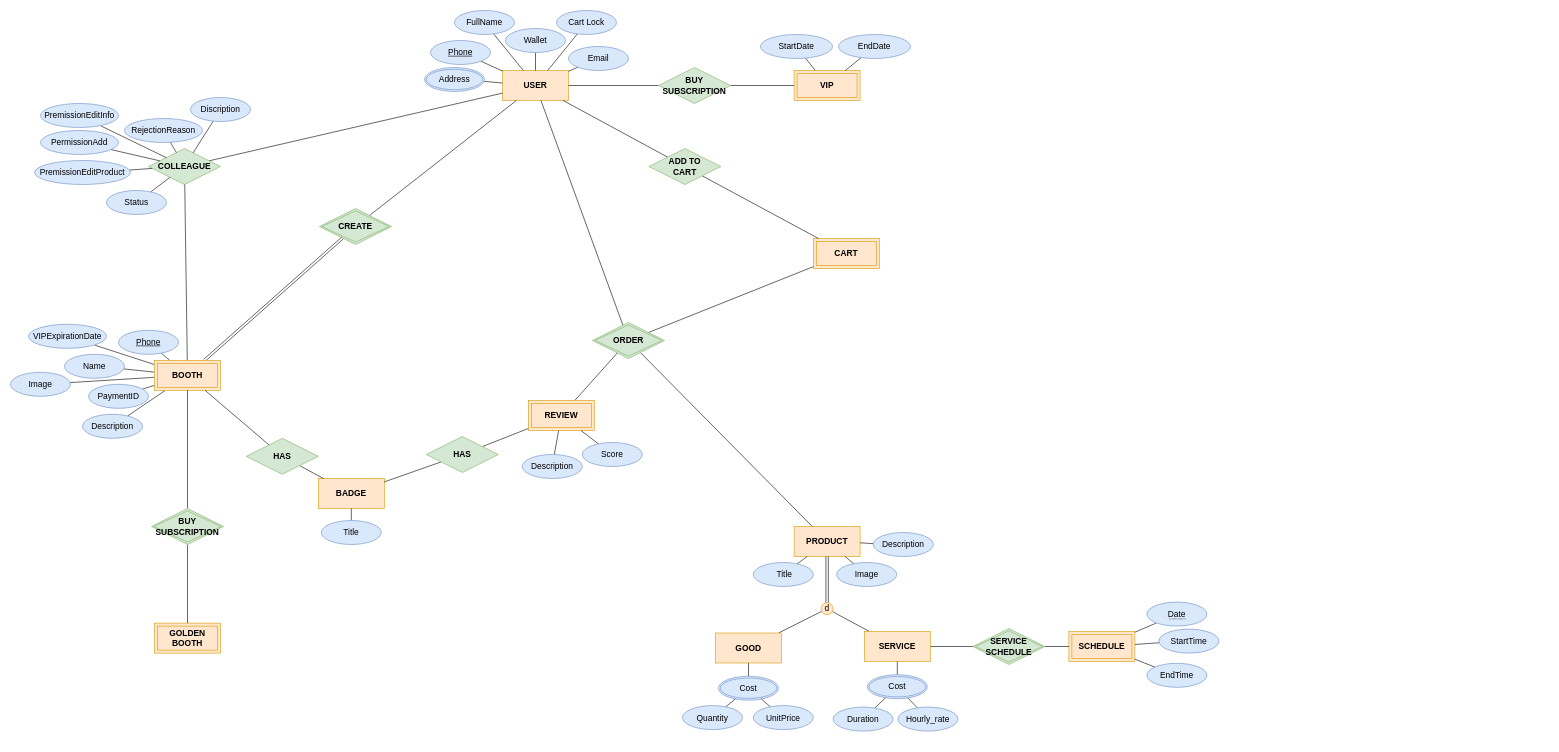
ReyhunSKhosravi/DivarBasu keeps this draw.io diagram as DivarBasuEER.drawio. Above is the earlier version. Source tidied: cells renumbered, new cells numbered last; positions are measured from the earlier drawing's top-left corner, leaving out a move shared by most shapes. Both pictures are drawn from the tidied source at 60%, with x=0, y=0 at pixel (10, 10).
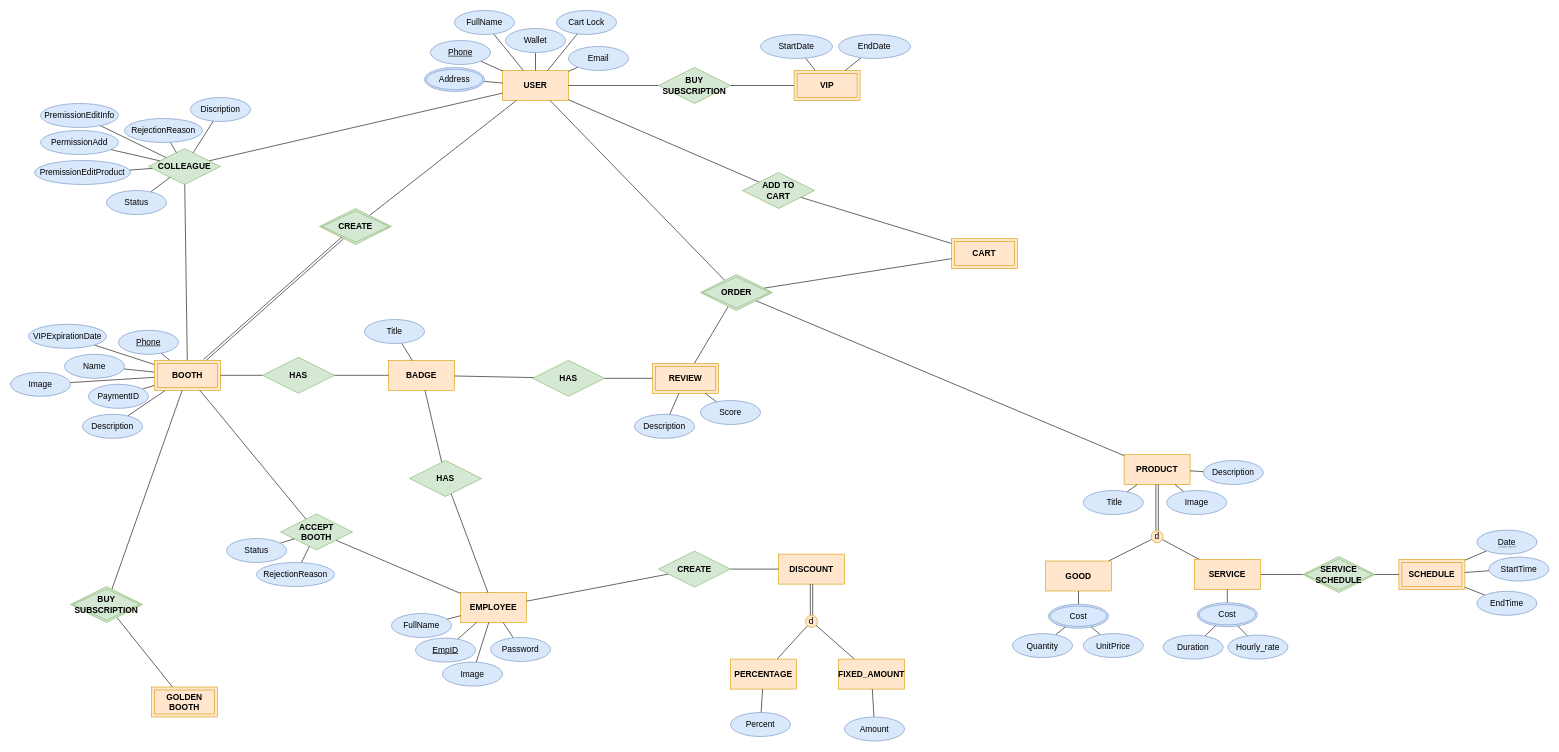
The same page after the edit.

Commit message:
add DISCOUNT and EMPLOYEE entity

The change refers to these unchanged cells:
```xml
<mxCell id="90" value="&lt;font style=&quot;font-size: 14px;&quot;&gt;&lt;b&gt;BOOTH&lt;/b&gt;&lt;/font&gt;" style="shape=ext;margin=3;double=1;whiteSpace=wrap;html=1;align=center;fillColor=#ffe6cc;strokeColor=#d79b00;" parent="1" vertex="1">
  <mxGeometry x="240" y="583" width="110" height="50" as="geometry" />
</mxCell>
```

What changed in the source:
```diff
@@
     <mxCell id="3" value="&lt;font style=&quot;font-size: 14px;&quot;&gt;&lt;b&gt;REVIEW&lt;/b&gt;&lt;/font&gt;" style="shape=ext;margin=3;double=1;whiteSpace=wrap;html=1;align=center;fillColor=#ffe6cc;strokeColor=#d79b00;" parent="1" vertex="1">
-      <mxGeometry x="863" y="650" width="110" height="50" as="geometry" />
+      <mxGeometry x="1070" y="588" width="110" height="50" as="geometry" />
     </mxCell>
     <mxCell id="4" value="PRODUCT" style="whiteSpace=wrap;html=1;align=center;strokeColor=#d79b00;verticalAlign=middle;fontFamily=Helvetica;fontSize=14;fontColor=default;fillColor=#ffe6cc;fontStyle=1;" parent="1" vertex="1">
-      <mxGeometry x="1306" y="860" width="110" height="50" as="geometry" />
+      <mxGeometry x="1856" y="740" width="110" height="50" as="geometry" />
     </mxCell>
@@
     <mxCell id="8" value="&lt;span style=&quot;font-size: 14px;&quot;&gt;d&lt;/span&gt;" style="ellipse;whiteSpace=wrap;html=1;fillColor=#ffe6cc;strokeColor=#d79b00;" parent="1" vertex="1">
-      <mxGeometry x="1351" y="987" width="20" height="20" as="geometry" />
+      <mxGeometry x="1901" y="867" width="20" height="20" as="geometry" />
     </mxCell>
@@
     <mxCell id="10" value="SERVICE" style="whiteSpace=wrap;html=1;align=center;strokeColor=#d79b00;verticalAlign=middle;fontFamily=Helvetica;fontSize=14;fontColor=default;fillColor=#ffe6cc;fontStyle=1;" parent="1" vertex="1">
-      <mxGeometry x="1423" y="1035" width="110" height="50" as="geometry" />
+      <mxGeometry x="1973" y="915" width="110" height="50" as="geometry" />
     </mxCell>
     <mxCell id="11" value="GOOD" style="whiteSpace=wrap;html=1;align=center;strokeColor=#d79b00;verticalAlign=middle;fontFamily=Helvetica;fontSize=14;fontColor=default;fillColor=#ffe6cc;fontStyle=1;" parent="1" vertex="1">
-      <mxGeometry x="1175" y="1037.5" width="110" height="50" as="geometry" />
+      <mxGeometry x="1725" y="917.5" width="110" height="50" as="geometry" />
     </mxCell>
@@
     <mxCell id="13" value="&lt;font style=&quot;font-size: 14px;&quot;&gt;&lt;b&gt;CART&lt;/b&gt;&lt;/font&gt;" style="shape=ext;margin=3;double=1;whiteSpace=wrap;html=1;align=center;fillColor=#ffe6cc;strokeColor=#d79b00;" parent="1" vertex="1">
-      <mxGeometry x="1338" y="380" width="110" height="50" as="geometry" />
+      <mxGeometry x="1568" y="380" width="110" height="50" as="geometry" />
     </mxCell>
@@
     <mxCell id="27" value="Score" style="ellipse;whiteSpace=wrap;html=1;align=center;fillColor=#dae8fc;strokeColor=#6c8ebf;fontSize=14;" parent="1" vertex="1">
-      <mxGeometry x="953" y="720" width="100" height="40" as="geometry" />
+      <mxGeometry x="1150" y="650" width="100" height="40" as="geometry" />
     </mxCell>
@@
     <mxCell id="29" value="Description" style="ellipse;whiteSpace=wrap;html=1;align=center;fillColor=#dae8fc;strokeColor=#6c8ebf;fontSize=14;" parent="1" vertex="1">
-      <mxGeometry x="853" y="740" width="100" height="40" as="geometry" />
+      <mxGeometry x="1040" y="673" width="100" height="40" as="geometry" />
     </mxCell>
@@
     <mxCell id="31" value="&amp;nbsp;Title" style="ellipse;whiteSpace=wrap;html=1;align=center;fillColor=#dae8fc;strokeColor=#6c8ebf;fontSize=14;" parent="1" vertex="1">
-      <mxGeometry x="1238" y="920" width="100" height="40" as="geometry" />
+      <mxGeometry x="1788" y="800" width="100" height="40" as="geometry" />
     </mxCell>
@@
     <mxCell id="33" value="Description" style="ellipse;whiteSpace=wrap;html=1;align=center;fillColor=#dae8fc;strokeColor=#6c8ebf;fontSize=14;" parent="1" vertex="1">
-      <mxGeometry x="1438" y="870" width="100" height="40" as="geometry" />
+      <mxGeometry x="1988" y="750" width="100" height="40" as="geometry" />
     </mxCell>
@@
     <mxCell id="35" value="Image" style="ellipse;whiteSpace=wrap;html=1;align=center;fillColor=#dae8fc;strokeColor=#6c8ebf;fontSize=14;" parent="1" vertex="1">
-      <mxGeometry x="1377" y="920" width="100" height="40" as="geometry" />
+      <mxGeometry x="1927" y="800" width="100" height="40" as="geometry" />
     </mxCell>
@@
     <mxCell id="37" value="&lt;div style=&quot;font-size: 14px; font-weight: 700;&quot;&gt;SCHEDULE&lt;/div&gt;" style="shape=ext;margin=3;double=1;whiteSpace=wrap;html=1;align=center;fillColor=#ffe6cc;strokeColor=#d79b00;" parent="1" vertex="1">
-      <mxGeometry x="1764" y="1035" width="110" height="50" as="geometry" />
+      <mxGeometry x="2314" y="915" width="110" height="50" as="geometry" />
     </mxCell>
@@
     <mxCell id="39" value="Cost" style="ellipse;shape=doubleEllipse;margin=3;whiteSpace=wrap;html=1;align=center;fillColor=#dae8fc;strokeColor=#6c8ebf;fontSize=14;" parent="1" vertex="1">
-      <mxGeometry x="1180" y="1109.5" width="100" height="40" as="geometry" />
+      <mxGeometry x="1730" y="989.5" width="100" height="40" as="geometry" />
     </mxCell>
@@
     <mxCell id="47" value="Quantity" style="ellipse;whiteSpace=wrap;html=1;align=center;fillColor=#dae8fc;strokeColor=#6c8ebf;fontSize=14;" parent="1" vertex="1">
-      <mxGeometry x="1120" y="1158.5" width="100" height="40" as="geometry" />
+      <mxGeometry x="1670" y="1038.5" width="100" height="40" as="geometry" />
     </mxCell>
@@
     <mxCell id="49" value="UnitPrice" style="ellipse;whiteSpace=wrap;html=1;align=center;fillColor=#dae8fc;strokeColor=#6c8ebf;fontSize=14;" parent="1" vertex="1">
-      <mxGeometry x="1238" y="1158.5" width="100" height="40" as="geometry" />
+      <mxGeometry x="1788" y="1038.5" width="100" height="40" as="geometry" />
     </mxCell>
@@
     <mxCell id="51" value="Cost" style="ellipse;shape=doubleEllipse;margin=3;whiteSpace=wrap;html=1;align=center;fillColor=#dae8fc;strokeColor=#6c8ebf;fontSize=14;" parent="1" vertex="1">
-      <mxGeometry x="1428" y="1107" width="100" height="40" as="geometry" />
+      <mxGeometry x="1978" y="987" width="100" height="40" as="geometry" />
     </mxCell>
@@
     <mxCell id="53" value="Duration" style="ellipse;whiteSpace=wrap;html=1;align=center;fillColor=#dae8fc;strokeColor=#6c8ebf;fontSize=14;" parent="1" vertex="1">
-      <mxGeometry x="1371" y="1161" width="100" height="40" as="geometry" />
+      <mxGeometry x="1921" y="1041" width="100" height="40" as="geometry" />
     </mxCell>
@@
     <mxCell id="55" value="Hourly_rate" style="ellipse;whiteSpace=wrap;html=1;align=center;fillColor=#dae8fc;strokeColor=#6c8ebf;fontSize=14;" parent="1" vertex="1">
-      <mxGeometry x="1479" y="1161" width="100" height="40" as="geometry" />
+      <mxGeometry x="2029" y="1041" width="100" height="40" as="geometry" />
     </mxCell>
@@
     <mxCell id="57" value="&lt;font style=&quot;font-size: 14px;&quot;&gt;&lt;b&gt;SERVICE&lt;br&gt;SCHEDULE&lt;/b&gt;&lt;/font&gt;" style="shape=rhombus;double=1;perimeter=rhombusPerimeter;whiteSpace=wrap;html=1;align=center;fillColor=#d5e8d4;strokeColor=#82b366;" parent="1" vertex="1">
-      <mxGeometry x="1604" y="1030" width="120" height="60" as="geometry" />
+      <mxGeometry x="2154" y="910" width="120" height="60" as="geometry" />
     </mxCell>
@@
     <mxCell id="59" value="StartTime" style="ellipse;whiteSpace=wrap;html=1;align=center;fillColor=#dae8fc;strokeColor=#6c8ebf;fontSize=14;" parent="1" vertex="1">
-      <mxGeometry x="1914" y="1031" width="100" height="40" as="geometry" />
+      <mxGeometry x="2464" y="911" width="100" height="40" as="geometry" />
     </mxCell>
@@
     <mxCell id="61" value="EndTime" style="ellipse;whiteSpace=wrap;html=1;align=center;fillColor=#dae8fc;strokeColor=#6c8ebf;fontSize=14;" parent="1" vertex="1">
-      <mxGeometry x="1894" y="1088" width="100" height="40" as="geometry" />
+      <mxGeometry x="2444" y="968" width="100" height="40" as="geometry" />
     </mxCell>
     <mxCell id="62" value="&lt;span style=&quot;border-bottom: 1px dotted&quot;&gt;&lt;font style=&quot;font-size: 14px;&quot;&gt;Date&lt;/font&gt;&lt;/span&gt;" style="ellipse;whiteSpace=wrap;html=1;align=center;fillColor=#dae8fc;strokeColor=#6c8ebf;" parent="1" vertex="1">
-      <mxGeometry x="1894" y="986" width="100" height="40" as="geometry" />
+      <mxGeometry x="2444" y="866" width="100" height="40" as="geometry" />
     </mxCell>
@@
     <mxCell id="67" value="&lt;span style=&quot;font-size: 14px;&quot;&gt;&lt;b&gt;ADD TO&lt;br&gt;CART&lt;/b&gt;&lt;/span&gt;" style="shape=rhombus;perimeter=rhombusPerimeter;whiteSpace=wrap;html=1;align=center;fillColor=#d5e8d4;strokeColor=#82b366;" parent="1" vertex="1">
-      <mxGeometry x="1064" y="230" width="120" height="60" as="geometry" />
+      <mxGeometry x="1220" y="270" width="120" height="60" as="geometry" />
     </mxCell>
@@
     <mxCell id="71" value="&lt;span style=&quot;font-size: 14px;&quot;&gt;&lt;b&gt;ORDER&lt;/b&gt;&lt;/span&gt;" style="shape=rhombus;double=1;perimeter=rhombusPerimeter;whiteSpace=wrap;html=1;align=center;fillColor=#d5e8d4;strokeColor=#82b366;" parent="1" vertex="1">
-      <mxGeometry x="970" y="520" width="120" height="60" as="geometry" />
+      <mxGeometry x="1150" y="440" width="120" height="60" as="geometry" />
     </mxCell>
@@
     <mxCell id="91" value="BADGE" style="whiteSpace=wrap;html=1;align=center;strokeColor=#d79b00;verticalAlign=middle;fontFamily=Helvetica;fontSize=14;fontColor=default;fillColor=#ffe6cc;fontStyle=1;" parent="1" vertex="1">
-      <mxGeometry x="513" y="780" width="110" height="50" as="geometry" />
+      <mxGeometry x="630" y="583" width="110" height="50" as="geometry" />
     </mxCell>
@@
     <mxCell id="93" value="Title" style="ellipse;whiteSpace=wrap;html=1;align=center;fillColor=#dae8fc;strokeColor=#6c8ebf;fontSize=14;" parent="1" vertex="1">
-      <mxGeometry x="518" y="850" width="100" height="40" as="geometry" />
+      <mxGeometry x="590" y="515" width="100" height="40" as="geometry" />
     </mxCell>
@@
     <mxCell id="96" value="&lt;span style=&quot;font-size: 14px;&quot;&gt;&lt;b&gt;HAS&lt;/b&gt;&lt;/span&gt;" style="shape=rhombus;perimeter=rhombusPerimeter;whiteSpace=wrap;html=1;align=center;fillColor=#d5e8d4;strokeColor=#82b366;" parent="1" vertex="1">
-      <mxGeometry x="693" y="710" width="120" height="60" as="geometry" />
+      <mxGeometry x="870" y="583" width="120" height="60" as="geometry" />
     </mxCell>
@@
     <mxCell id="99" value="&lt;span style=&quot;font-size: 14px;&quot;&gt;&lt;b&gt;HAS&lt;/b&gt;&lt;/span&gt;" style="shape=rhombus;perimeter=rhombusPerimeter;whiteSpace=wrap;html=1;align=center;fillColor=#d5e8d4;strokeColor=#82b366;" parent="1" vertex="1">
-      <mxGeometry x="393" y="713" width="120" height="60" as="geometry" />
+      <mxGeometry x="420" y="578" width="120" height="60" as="geometry" />
     </mxCell>
@@
     <mxCell id="112" value="&lt;font style=&quot;font-size: 14px;&quot;&gt;&lt;b&gt;GOLDEN&lt;br&gt;BOOTH&lt;/b&gt;&lt;/font&gt;" style="shape=ext;margin=3;double=1;whiteSpace=wrap;html=1;align=center;fillColor=#ffe6cc;strokeColor=#d79b00;" parent="1" vertex="1">
-      <mxGeometry x="240" y="1021" width="110" height="50" as="geometry" />
+      <mxGeometry x="235" y="1127.5" width="110" height="50" as="geometry" />
     </mxCell>
@@
     <mxCell id="115" value="&lt;span style=&quot;font-size: 14px;&quot;&gt;&lt;b&gt;BUY&lt;br&gt;SUBSCRIPTION&lt;/b&gt;&lt;/span&gt;" style="shape=rhombus;double=1;perimeter=rhombusPerimeter;whiteSpace=wrap;html=1;align=center;fillColor=#d5e8d4;strokeColor=#82b366;" parent="1" vertex="1">
-      <mxGeometry x="235" y="830" width="120" height="60" as="geometry" />
+      <mxGeometry x="100" y="960" width="120" height="60" as="geometry" />
     </mxCell>
+    <mxCell id="116" value="EMPLOYEE" style="whiteSpace=wrap;html=1;align=center;strokeColor=#d79b00;verticalAlign=middle;fontFamily=Helvetica;fontSize=14;fontColor=default;fillColor=#ffe6cc;fontStyle=1;" parent="1" vertex="1">
+      <mxGeometry x="750" y="970" width="110" height="50" as="geometry" />
+    </mxCell>
+    <mxCell id="117" style="rounded=0;jettySize=auto;html=1;endArrow=none;endFill=0;" parent="1" edge="1" source="118" target="116">
+      <mxGeometry relative="1" as="geometry" />
+    </mxCell>
+    <mxCell id="118" value="EmpID" style="ellipse;whiteSpace=wrap;html=1;align=center;fontStyle=4;fillColor=#dae8fc;strokeColor=#6c8ebf;fontSize=14;" parent="1" vertex="1">
+      <mxGeometry x="675" y="1046" width="100" height="40" as="geometry" />
+    </mxCell>
+    <mxCell id="119" style="rounded=0;jettySize=auto;html=1;endArrow=none;endFill=0;" parent="1" edge="1" source="120" target="116">
+      <mxGeometry relative="1" as="geometry" />
+    </mxCell>
+    <mxCell id="120" value="FullName" style="ellipse;whiteSpace=wrap;html=1;align=center;fillColor=#dae8fc;strokeColor=#6c8ebf;fontSize=14;" parent="1" vertex="1">
+      <mxGeometry x="635" y="1005" width="100" height="40" as="geometry" />
+    </mxCell>
+    <mxCell id="121" style="rounded=0;jettySize=auto;html=1;endArrow=none;endFill=0;" parent="1" edge="1" source="122" target="116">
+      <mxGeometry relative="1" as="geometry" />
+    </mxCell>
+    <mxCell id="122" value="Image" style="ellipse;whiteSpace=wrap;html=1;align=center;fillColor=#dae8fc;strokeColor=#6c8ebf;fontSize=14;" parent="1" vertex="1">
+      <mxGeometry x="720" y="1086" width="100" height="40" as="geometry" />
+    </mxCell>
+    <mxCell id="123" style="rounded=0;jettySize=auto;html=1;endArrow=none;endFill=0;" parent="1" edge="1" source="124" target="116">
+      <mxGeometry relative="1" as="geometry" />
+    </mxCell>
+    <mxCell id="124" value="Password" style="ellipse;whiteSpace=wrap;html=1;align=center;fillColor=#dae8fc;strokeColor=#6c8ebf;fontSize=14;" parent="1" vertex="1">
+      <mxGeometry x="800" y="1045" width="100" height="40" as="geometry" />
+    </mxCell>
+    <mxCell id="125" style="rounded=0;jettySize=auto;html=1;endArrow=none;endFill=0;" parent="1" edge="1" source="127" target="91">
+      <mxGeometry relative="1" as="geometry" />
+    </mxCell>
+    <mxCell id="126" style="rounded=0;jettySize=auto;html=1;endArrow=none;endFill=0;" parent="1" edge="1" source="127" target="116">
+      <mxGeometry relative="1" as="geometry" />
+    </mxCell>
+    <mxCell id="127" value="&lt;span style=&quot;font-size: 14px;&quot;&gt;&lt;b&gt;HAS&lt;/b&gt;&lt;/span&gt;" style="shape=rhombus;perimeter=rhombusPerimeter;whiteSpace=wrap;html=1;align=center;fillColor=#d5e8d4;strokeColor=#82b366;" parent="1" vertex="1">
+      <mxGeometry x="665" y="750" width="120" height="60" as="geometry" />
+    </mxCell>
+    <mxCell id="128" style="rounded=0;jettySize=auto;html=1;endArrow=none;endFill=0;" parent="1" edge="1" source="130" target="90">
+      <mxGeometry relative="1" as="geometry" />
+    </mxCell>
+    <mxCell id="129" style="rounded=0;jettySize=auto;html=1;endArrow=none;endFill=0;" parent="1" edge="1" source="130" target="116">
+      <mxGeometry relative="1" as="geometry" />
+    </mxCell>
+    <mxCell id="130" value="&lt;span style=&quot;font-size: 14px;&quot;&gt;&lt;b&gt;ACCEPT&lt;br&gt;BOOTH&lt;/b&gt;&lt;/span&gt;" style="shape=rhombus;perimeter=rhombusPerimeter;whiteSpace=wrap;html=1;align=center;fillColor=#d5e8d4;strokeColor=#82b366;" parent="1" vertex="1">
+      <mxGeometry x="450" y="839" width="120" height="60" as="geometry" />
+    </mxCell>
+    <mxCell id="131" style="rounded=0;jettySize=auto;html=1;endArrow=none;endFill=0;" parent="1" edge="1" source="132" target="130">
+      <mxGeometry relative="1" as="geometry" />
+    </mxCell>
+    <mxCell id="132" value="Status" style="ellipse;whiteSpace=wrap;html=1;align=center;fillColor=#dae8fc;strokeColor=#6c8ebf;fontSize=14;" parent="1" vertex="1">
+      <mxGeometry x="360" y="880" width="100" height="40" as="geometry" />
+    </mxCell>
+    <mxCell id="133" style="rounded=0;jettySize=auto;html=1;endArrow=none;endFill=0;" parent="1" edge="1" source="134" target="130">
+      <mxGeometry relative="1" as="geometry" />
+    </mxCell>
+    <mxCell id="134" value="RejectionReason" style="ellipse;whiteSpace=wrap;html=1;align=center;fillColor=#dae8fc;strokeColor=#6c8ebf;fontSize=14;" parent="1" vertex="1">
+      <mxGeometry x="410" y="920" width="130" height="40" as="geometry" />
+    </mxCell>
+    <mxCell id="135" value="DISCOUNT" style="whiteSpace=wrap;html=1;align=center;strokeColor=#d79b00;verticalAlign=middle;fontFamily=Helvetica;fontSize=14;fontColor=default;fillColor=#ffe6cc;fontStyle=1;" parent="1" vertex="1">
+      <mxGeometry x="1280" y="906" width="110" height="50" as="geometry" />
+    </mxCell>
+    <mxCell id="136" style="rounded=0;jettySize=auto;html=1;endArrow=none;endFill=0;" parent="1" edge="1" source="138" target="116">
+      <mxGeometry relative="1" as="geometry" />
+    </mxCell>
+    <mxCell id="137" style="rounded=0;jettySize=auto;html=1;endArrow=none;endFill=0;" parent="1" edge="1" source="138" target="135">
+      <mxGeometry relative="1" as="geometry" />
+    </mxCell>
+    <mxCell id="138" value="&lt;span style=&quot;font-size: 14px;&quot;&gt;&lt;b&gt;CREATE&lt;/b&gt;&lt;/span&gt;" style="shape=rhombus;perimeter=rhombusPerimeter;whiteSpace=wrap;html=1;align=center;fillColor=#d5e8d4;strokeColor=#82b366;" parent="1" vertex="1">
+      <mxGeometry x="1080" y="901" width="120" height="60" as="geometry" />
+    </mxCell>
+    <mxCell id="139" style="rounded=0;jettySize=auto;html=1;endArrow=none;endFill=0;shape=link;" parent="1" edge="1" source="142" target="135">
+      <mxGeometry relative="1" as="geometry" />
+    </mxCell>
+    <mxCell id="140" style="rounded=0;jettySize=auto;html=1;endArrow=none;endFill=0;" parent="1" edge="1" source="142" target="144">
+      <mxGeometry relative="1" as="geometry" />
+    </mxCell>
+    <mxCell id="141" style="rounded=0;jettySize=auto;html=1;endArrow=none;endFill=0;" parent="1" edge="1" source="142" target="143">
+      <mxGeometry relative="1" as="geometry" />
+    </mxCell>
+    <mxCell id="142" value="&lt;span style=&quot;font-size: 14px;&quot;&gt;d&lt;/span&gt;" style="ellipse;whiteSpace=wrap;html=1;fillColor=#ffe6cc;strokeColor=#d79b00;" parent="1" vertex="1">
+      <mxGeometry x="1325" y="1008" width="20" height="20" as="geometry" />
+    </mxCell>
+    <mxCell id="143" value="PERCENTAGE" style="whiteSpace=wrap;html=1;align=center;strokeColor=#d79b00;verticalAlign=middle;fontFamily=Helvetica;fontSize=14;fontColor=default;fillColor=#ffe6cc;fontStyle=1;" parent="1" vertex="1">
+      <mxGeometry x="1200" y="1081" width="110" height="50" as="geometry" />
+    </mxCell>
+    <mxCell id="144" value="FIXED_AMOUNT" style="whiteSpace=wrap;html=1;align=center;strokeColor=#d79b00;verticalAlign=middle;fontFamily=Helvetica;fontSize=14;fontColor=default;fillColor=#ffe6cc;fontStyle=1;" parent="1" vertex="1">
+      <mxGeometry x="1380" y="1081" width="110" height="50" as="geometry" />
+    </mxCell>
+    <mxCell id="145" style="rounded=0;jettySize=auto;html=1;endArrow=none;endFill=0;" parent="1" edge="1" source="146" target="143">
+      <mxGeometry relative="1" as="geometry" />
+    </mxCell>
+    <mxCell id="146" value="Percent" style="ellipse;whiteSpace=wrap;html=1;align=center;fillColor=#dae8fc;strokeColor=#6c8ebf;fontSize=14;" parent="1" vertex="1">
+      <mxGeometry x="1200" y="1170" width="100" height="40" as="geometry" />
+    </mxCell>
+    <mxCell id="147" style="rounded=0;jettySize=auto;html=1;endArrow=none;endFill=0;" parent="1" edge="1" source="148" target="144">
+      <mxGeometry relative="1" as="geometry" />
+    </mxCell>
+    <mxCell id="148" value="Amount" style="ellipse;whiteSpace=wrap;html=1;align=center;fillColor=#dae8fc;strokeColor=#6c8ebf;fontSize=14;" parent="1" vertex="1">
+      <mxGeometry x="1390" y="1177.5" width="100" height="40" as="geometry" />
+    </mxCell>
```
